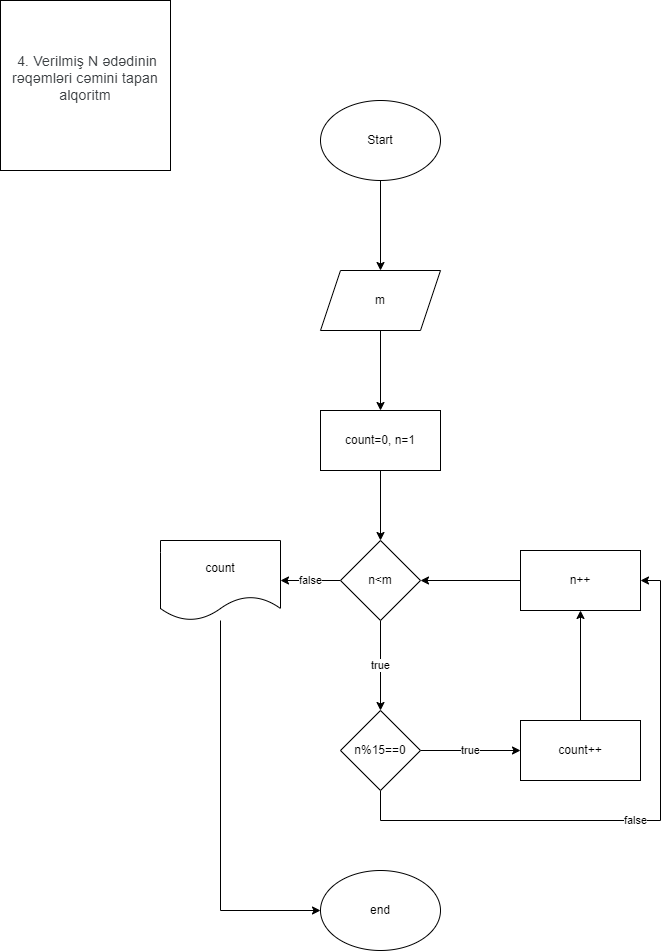
The draw.io diagram task2.png in daelvinci/5.12.2022, before a commit. Source tidied: cells renumbered, new cells last; positions are measured from the earlier drawing's top-left corner, leaving out a move shared by most shapes.
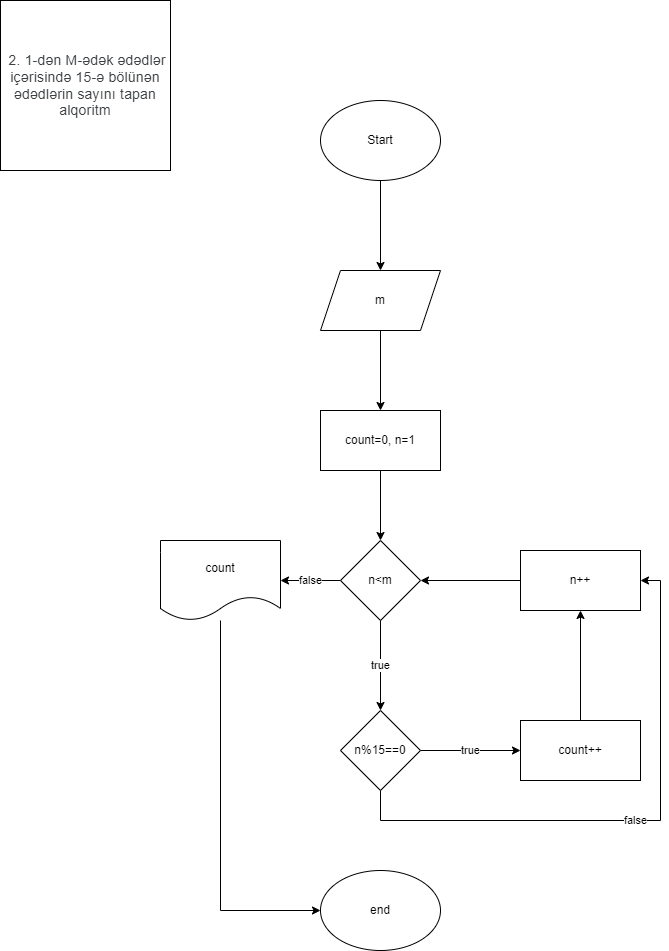
Above is the later version.

Change to the diagram source:
```diff
@@ -16,7 +16,7 @@
     <mxCell id="5" value="m" style="shape=parallelogram;perimeter=parallelogramPerimeter;whiteSpace=wrap;html=1;fixedSize=1;" parent="1" vertex="1">
       <mxGeometry x="320" y="270" width="120" height="60" as="geometry" />
     </mxCell>
-    <mxCell id="6" value="&#10;&lt;span style=&quot;color: rgb(60, 64, 67); font-family: Roboto, Arial, sans-serif; font-size: 14px; font-style: normal; font-variant-ligatures: normal; font-variant-caps: normal; font-weight: 400; letter-spacing: 0.2px; orphans: 2; text-align: start; text-indent: 0px; text-transform: none; widows: 2; word-spacing: 0px; -webkit-text-stroke-width: 0px; text-decoration-thickness: initial; text-decoration-style: initial; text-decoration-color: initial; float: none; display: inline !important;&quot;&gt;&amp;nbsp;4. Verilmiş N ədədinin rəqəmləri cəmini tapan alqoritm&lt;/span&gt;&#10;&#10;" style="whiteSpace=wrap;html=1;" parent="1" vertex="1">
+    <mxCell id="6" value="&lt;span style=&quot;color: rgb(60, 64, 67); font-family: Roboto, Arial, sans-serif; font-size: 14px; letter-spacing: 0.2px; text-align: start;&quot;&gt;&amp;nbsp;2. 1-dən M-ədək ədədlər içərisində 15-ə bölünən ədədlərin sayını tapan alqoritm&lt;/span&gt;" style="whiteSpace=wrap;html=1;" parent="1" vertex="1">
       <mxGeometry width="170" height="170" as="geometry" />
     </mxCell>
     <mxCell id="7" style="edgeStyle=orthogonalEdgeStyle;rounded=0;jettySize=auto;html=1;" parent="1" edge="1" source="8" target="11">
```
